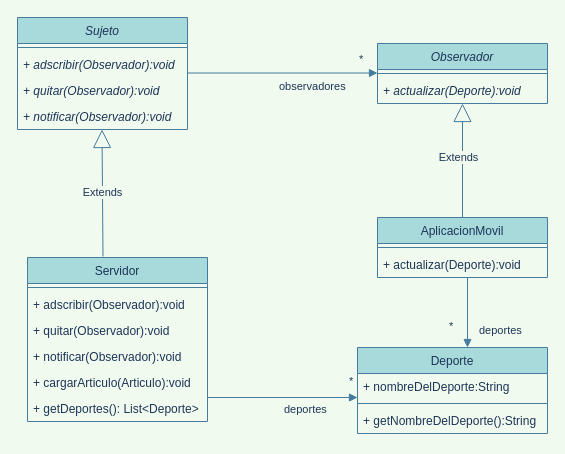
Above: unq-po2-Observer-EncuentrosDeportivos.drawio in nhubczyk/Diagramas-UML (draw.io), before the change. Source tidied: cells renumbered, new cells numbered last; positions are measured from the earlier drawing's top-left corner, leaving out a move shared by most shapes. Both pictures are drawn from the tidied source at 100%, with x=0, y=0 at pixel (17, 17).
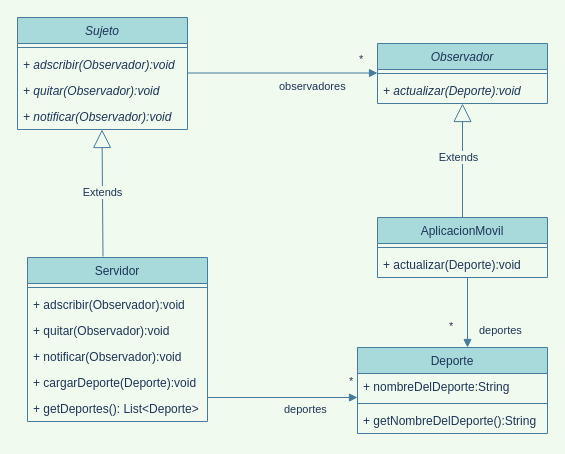
The same diagram, later.

Unchanged cells that the change refers to:
```xml
<mxCell id="7" value="Servidor" style="swimlane;fontStyle=0;align=center;verticalAlign=top;horizontal=1;startSize=26;fillColor=#A8DADC;strokeColor=#457B9D;fontColor=#1D3557;" parent="1" vertex="1">
  <mxGeometry x="10" y="240" width="180" height="164" as="geometry" />
</mxCell>
```

What changed in the source:
```diff
@@
-    <mxCell id="12" value="+ cargarArticulo(Articulo):void" style="text;strokeColor=none;fillColor=none;align=left;verticalAlign=top;spacingLeft=4;spacingRight=4;overflow=hidden;fontColor=#1D3557;" parent="7" vertex="1">
+    <mxCell id="12" value="+ cargarDeporte(Deporte):void" style="text;strokeColor=none;fillColor=none;align=left;verticalAlign=top;spacingLeft=4;spacingRight=4;overflow=hidden;fontColor=#1D3557;" parent="7" vertex="1">
       <mxGeometry y="112" width="180" height="26" as="geometry" />
     </mxCell>
```
